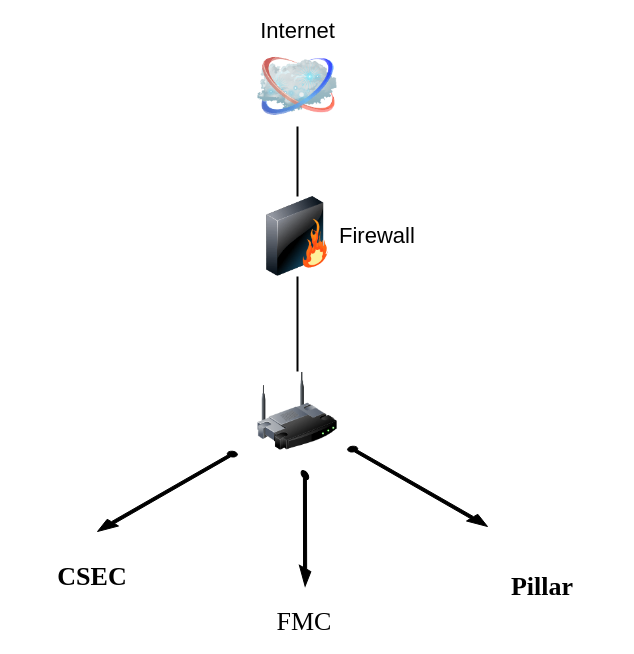
Before: VPNS.drawio.xml in michaelrmartins/influx-diagram, a draw.io diagram. Source tidied: cells renumbered, new cells numbered last; positions are measured from the earlier drawing's top-left corner, leaving out a move shared by most shapes. Both pictures are drawn from the tidied source at 100%, with x=0, y=0 at pixel (17, 46).
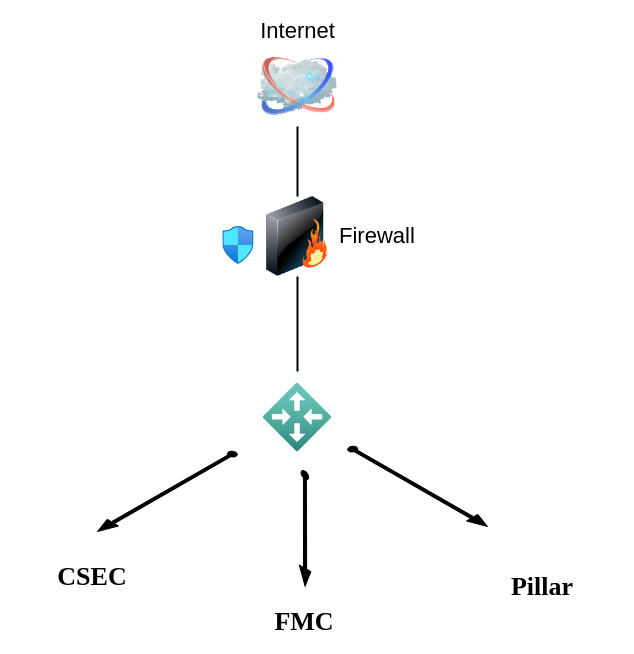
The same page after the edit.

The edit, as a diff of the source:
```diff
@@
 <mxGraphModel>
   <root>
     <mxCell id="0" />
     <mxCell id="1" parent="0" />
-    <mxCell id="2" style="edgeStyle=none;rounded=0;html=1;labelBackgroundColor=none;endArrow=none;strokeWidth=2;fontFamily=Verdana;fontSize=22;" parent="1" edge="1" source="3" target="6">
-      <mxGeometry relative="1" as="geometry" />
+    <mxCell id="2" style="edgeStyle=none;rounded=0;html=1;labelBackgroundColor=none;endArrow=none;strokeWidth=2;fontFamily=Verdana;fontSize=22;" parent="1" edge="1" target="6">
+      <mxGeometry relative="1" as="geometry">
+        <mxPoint x="280" y="325" as="sourcePoint" />
+      </mxGeometry>
     </mxCell>
-    <mxCell id="3" style="image;html=1;labelBackgroundColor=#ffffff;image=img/lib/clip_art/networking/Wireless_Router_128x128.png;rounded=1;shadow=0;comic=0;strokeWidth=2;fontSize=22;" parent="1" vertex="1">
-      <mxGeometry x="240" y="325" width="80" height="80" as="geometry" />
-    </mxCell>
     <mxCell id="4" value="Internet" style="image;html=1;labelBackgroundColor=#ffffff;image=img/lib/clip_art/networking/Cloud_128x128.png;rounded=1;shadow=0;comic=0;strokeWidth=2;fontSize=22;labelPosition=center;verticalLabelPosition=top;align=center;verticalAlign=bottom;" parent="1" vertex="1">
       <mxGeometry x="240" width="80" height="80" as="geometry" />
     </mxCell>
     <mxCell id="5" style="edgeStyle=none;rounded=0;html=1;labelBackgroundColor=none;endArrow=none;strokeWidth=2;fontFamily=Verdana;fontSize=22;" parent="1" edge="1" source="6" target="4">
       <mxGeometry relative="1" as="geometry" />
     </mxCell>
     <mxCell id="6" value="Firewall" style="image;html=1;labelBackgroundColor=#ffffff;image=img/lib/clip_art/networking/Firewall_128x128.png;rounded=1;shadow=0;comic=0;strokeWidth=2;fontSize=22;labelPosition=right;verticalLabelPosition=middle;align=left;verticalAlign=middle;" parent="1" vertex="1">
       <mxGeometry x="240" y="150" width="80" height="80" as="geometry" />
     </mxCell>
     <mxCell id="7" style="verticalLabelPosition=bottom;html=1;verticalAlign=top;strokeWidth=1;align=center;dashed=0;shape=mxgraph.aws3d.arrowSW;fillColor=#000000;" parent="1" vertex="1">
       <mxGeometry x="80" y="405" width="140" height="80" as="geometry" />
     </mxCell>
     <mxCell id="8" style="verticalLabelPosition=bottom;html=1;verticalAlign=top;strokeWidth=1;align=center;dashed=0;shape=mxgraph.aws3d.arrowSE;fillColor=#000000;" parent="1" vertex="1">
       <mxGeometry x="330" y="400" width="140" height="80" as="geometry" />
     </mxCell>
     <mxCell id="9" value="CSEC" style="text;html=1;strokeColor=none;fillColor=none;align=center;verticalAlign=middle;whiteSpace=wrap;rounded=0;fontStyle=1;fontFamily=Times New Roman;fontSize=26;" parent="1" vertex="1">
       <mxGeometry y="490" width="150" height="80" as="geometry" />
     </mxCell>
     <mxCell id="10" value="Pillar" style="text;html=1;strokeColor=none;fillColor=none;align=center;verticalAlign=middle;whiteSpace=wrap;rounded=0;fontStyle=1;fontFamily=Times New Roman;fontSize=26;" parent="1" vertex="1">
       <mxGeometry x="450" y="500" width="150" height="80" as="geometry" />
     </mxCell>
     <mxCell id="11" style="verticalLabelPosition=bottom;html=1;verticalAlign=top;strokeWidth=1;align=center;dashed=0;shape=mxgraph.aws3d.arrowSE;fillColor=#000000;fontFamily=Times New Roman;fontSize=26;rotation=60;" parent="1" vertex="1">
       <mxGeometry x="236.6" y="452.2" width="101.5" height="58" as="geometry" />
     </mxCell>
-    <mxCell id="12" value="FMC" style="text;html=1;strokeColor=none;fillColor=none;align=center;verticalAlign=middle;whiteSpace=wrap;rounded=0;fontFamily=Times New Roman;fontSize=26;" parent="1" vertex="1">
+    <mxCell id="12" value="FMC" style="text;html=1;strokeColor=none;fillColor=none;align=center;verticalAlign=middle;whiteSpace=wrap;rounded=0;fontFamily=Times New Roman;fontSize=26;fontStyle=1;" parent="1" vertex="1">
       <mxGeometry x="257.3" y="560" width="60" height="30" as="geometry" />
     </mxCell>
+    <mxCell id="13" style="html=1;align=center;image;fontSize=12;image=img/lib/azure2/networking/Network_Security_Groups.svg;" parent="1" vertex="1">
+      <mxGeometry x="205.3" y="180" width="31.3" height="38" as="geometry" />
+    </mxCell>
+    <mxCell id="14" style="html=1;align=center;image;fontSize=12;image=img/lib/azure2/networking/Local_Network_Gateways.svg;" parent="1" vertex="1">
+      <mxGeometry x="246" y="337" width="68" height="68" as="geometry" />
+    </mxCell>
   </root>
 </mxGraphModel>
```
